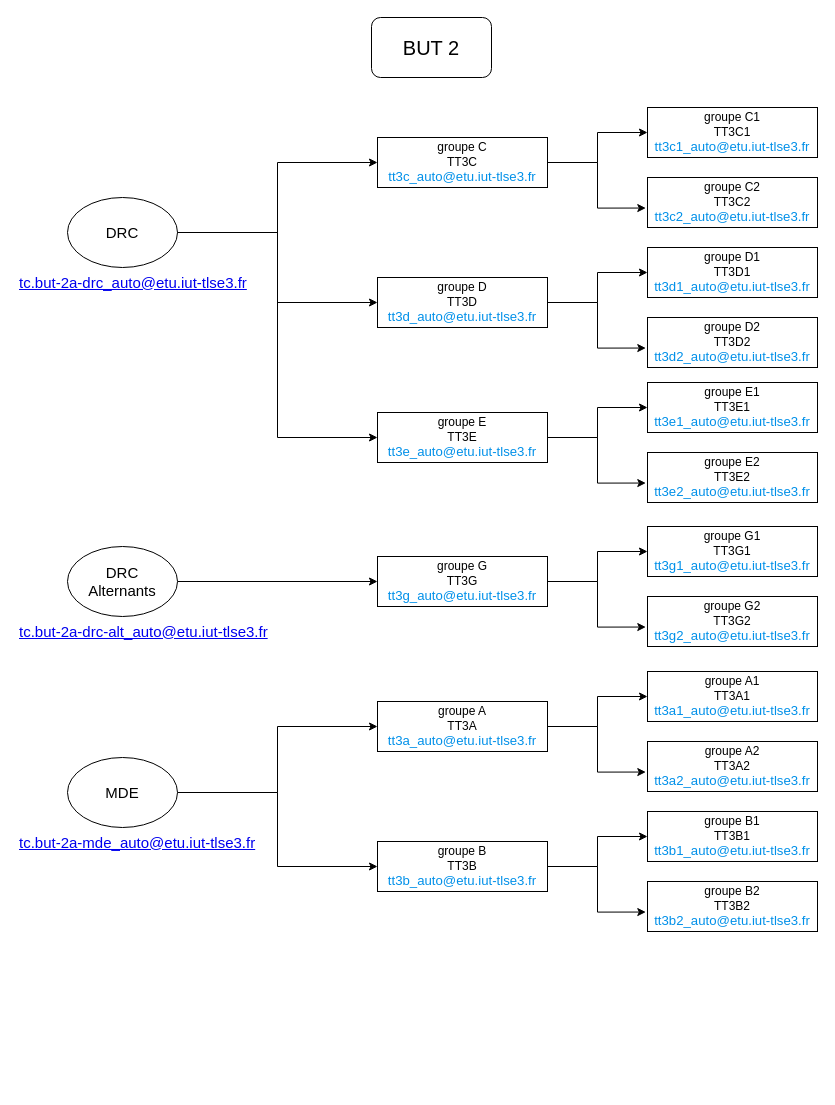
The draw.io diagram BUT2.drawio in gI7DUmmY/diagrams, before the edit. Source tidied: cells renumbered, new cells numbered last; positions are measured from the earlier drawing's top-left corner, leaving out a move shared by most shapes. Both pictures are drawn from the tidied source at 100%, with x=0, y=0 at pixel (17, 17).
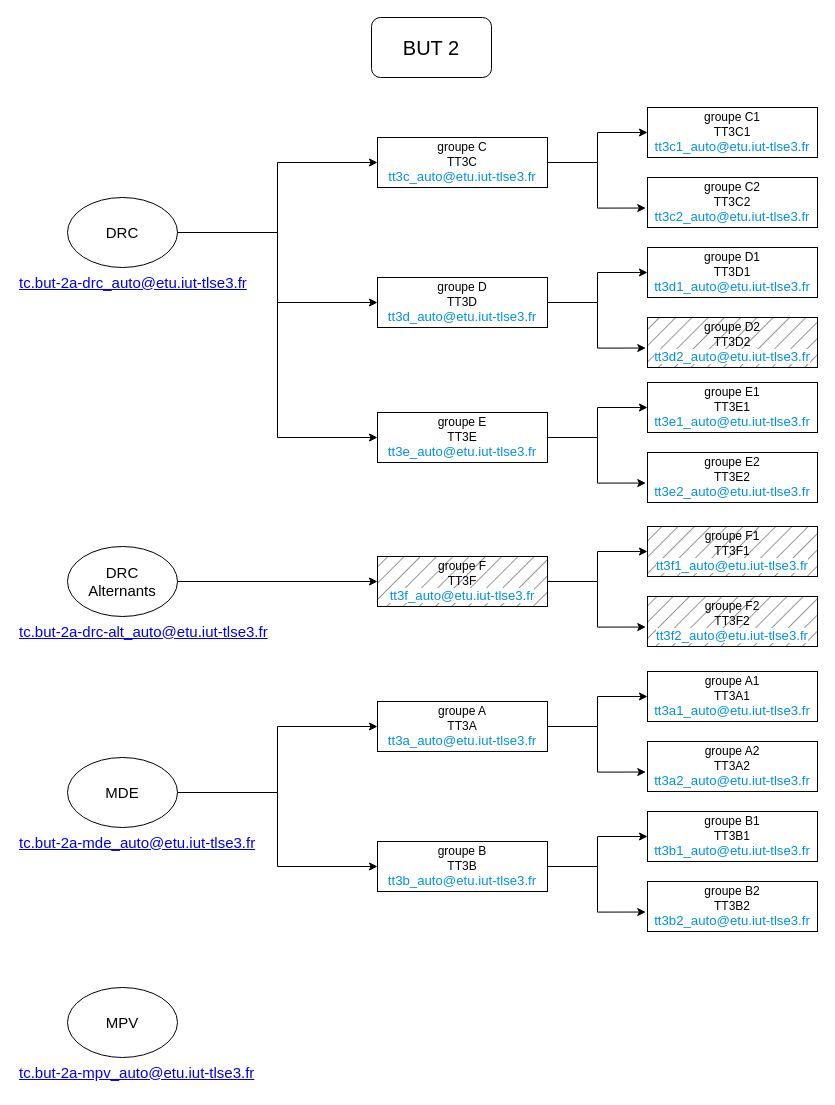
The same page after the edit.

Commit message:
Mettre à jour BUT2.drawio

The edit, as a diff of the source:
```diff
@@
-    <mxCell id="22" value="groupe D2&lt;br style=&quot;border-color: var(--border-color);&quot;&gt;TT3D2&lt;br style=&quot;border-color: var(--border-color);&quot;&gt;&lt;a style=&quot;box-sizing: inherit; font-family: Raleway, sans-serif; font-size: 1.1em; background-color: rgb(255, 255, 255); line-height: inherit; color: rgb(0, 144, 233); text-decoration-line: none; cursor: pointer; margin: 0px; padding: 0px; border: 0px; text-size-adjust: 100%; font-variant-numeric: inherit; font-variant-east-asian: inherit; font-variant-alternates: inherit; font-variant-position: inherit; font-stretch: inherit; font-optical-sizing: inherit; font-kerning: inherit; font-feature-settings: inherit; font-variation-settings: inherit; vertical-align: baseline; transition: background-color 300ms ease-out 0s; -webkit-tap-highlight-color: rgba(0, 0, 0, 0); text-align: left;&quot; href=&quot;mailto:tt3d2_auto@etu.iut-tlse3.fr&quot;&gt;tt3d2_auto@etu.iut-tlse3.fr&lt;/a&gt;" style="rounded=0;whiteSpace=wrap;html=1;" parent="1" vertex="1">
+    <mxCell id="22" value="groupe D2&lt;br style=&quot;border-color: var(--border-color);&quot;&gt;TT3D2&lt;br style=&quot;border-color: var(--border-color);&quot;&gt;&lt;a style=&quot;box-sizing: inherit; font-family: Raleway, sans-serif; font-size: 1.1em; background-color: rgb(255, 255, 255); line-height: inherit; color: rgb(0, 144, 233); text-decoration-line: none; cursor: pointer; margin: 0px; padding: 0px; border: 0px; text-size-adjust: 100%; font-variant-numeric: inherit; font-variant-east-asian: inherit; font-variant-alternates: inherit; font-variant-position: inherit; font-stretch: inherit; font-optical-sizing: inherit; font-kerning: inherit; font-feature-settings: inherit; font-variation-settings: inherit; vertical-align: baseline; transition: background-color 300ms ease-out 0s; -webkit-tap-highlight-color: rgba(0, 0, 0, 0); text-align: left;&quot; href=&quot;mailto:tt3d2_auto@etu.iut-tlse3.fr&quot;&gt;tt3d2_auto@etu.iut-tlse3.fr&lt;/a&gt;" style="rounded=0;whiteSpace=wrap;html=1;fillStyle=hatch;fillColor=#747474;" parent="1" vertex="1">
       <mxGeometry x="630" y="300" width="170" height="50" as="geometry" />
     </mxCell>
@@
-    <mxCell id="31" value="groupe G&lt;br style=&quot;border-color: var(--border-color);&quot;&gt;TT3G&lt;br style=&quot;border-color: var(--border-color);&quot;&gt;&lt;a style=&quot;border: 0px; box-sizing: inherit; font-family: Raleway, sans-serif; font-size: 1.1em; background-color: rgb(255, 255, 255); line-height: inherit; color: rgb(0, 144, 233); text-decoration-line: none; cursor: pointer; margin: 0px; padding: 0px; text-size-adjust: 100%; font-variant-numeric: inherit; font-variant-east-asian: inherit; font-variant-alternates: inherit; font-variant-position: inherit; font-stretch: inherit; font-optical-sizing: inherit; font-kerning: inherit; font-feature-settings: inherit; font-variation-settings: inherit; vertical-align: baseline; transition: background-color 300ms ease-out 0s; -webkit-tap-highlight-color: rgba(0, 0, 0, 0); text-align: left;&quot; href=&quot;mailto:tt3g_auto@etu.iut-tlse3.fr&quot;&gt;tt3g_auto@etu.iut-tlse3.fr&lt;/a&gt;" style="rounded=0;whiteSpace=wrap;html=1;" parent="1" vertex="1">
+    <mxCell id="31" value="groupe F&lt;br style=&quot;border-color: var(--border-color);&quot;&gt;TT3F&lt;div&gt;&lt;a href=&quot;mailto:tt3f_auto@etu.iut-tlse3.fr&quot; style=&quot;border: 0px; box-sizing: inherit; font-family: Raleway, sans-serif; font-size: 1.1em; background-color: rgb(255, 255, 255); line-height: inherit; color: rgb(0, 144, 233); text-decoration-line: none; cursor: pointer; margin: 0px; padding: 0px; text-size-adjust: 100%; font-variant-numeric: inherit; font-variant-east-asian: inherit; font-variant-alternates: inherit; font-variant-position: inherit; font-stretch: inherit; font-optical-sizing: inherit; font-kerning: inherit; font-feature-settings: inherit; font-variation-settings: inherit; vertical-align: baseline; transition: background-color 300ms ease-out; -webkit-tap-highlight-color: rgba(0, 0, 0, 0); text-align: left;&quot;&gt;tt3f_auto@etu.iut-tlse3.fr&lt;/a&gt;&lt;/div&gt;" style="rounded=0;whiteSpace=wrap;html=1;fillStyle=hatch;fillColor=#747474;" parent="1" vertex="1">
       <mxGeometry x="360" y="539" width="170" height="50" as="geometry" />
     </mxCell>
-    <mxCell id="32" value="groupe G1&lt;br style=&quot;border-color: var(--border-color);&quot;&gt;TT3G1&lt;br style=&quot;border-color: var(--border-color);&quot;&gt;&lt;a href=&quot;mailto:tt3g1_auto@etu.iut-tlse3.fr&quot; style=&quot;box-sizing: inherit; font-family: Raleway, sans-serif; font-size: 1.1em; background-color: rgb(255, 255, 255); line-height: inherit; color: rgb(0, 144, 233); text-decoration-line: none; cursor: pointer; margin: 0px; padding: 0px; border: 0px; text-size-adjust: 100%; font-variant-numeric: inherit; font-variant-east-asian: inherit; font-variant-alternates: inherit; font-variant-position: inherit; font-stretch: inherit; font-optical-sizing: inherit; font-kerning: inherit; font-feature-settings: inherit; font-variation-settings: inherit; vertical-align: baseline; transition: background-color 300ms ease-out 0s; -webkit-tap-highlight-color: rgba(0, 0, 0, 0); text-align: left;&quot;&gt;tt3g1_auto@etu.iut-tlse3.fr&lt;/a&gt;" style="rounded=0;whiteSpace=wrap;html=1;" parent="1" vertex="1">
+    <mxCell id="32" value="groupe F1&lt;br style=&quot;border-color: var(--border-color);&quot;&gt;TT3F1&lt;br style=&quot;border-color: var(--border-color);&quot;&gt;&lt;a style=&quot;box-sizing: inherit; font-family: Raleway, sans-serif; font-size: 1.1em; background-color: rgb(255, 255, 255); line-height: inherit; color: rgb(0, 144, 233); text-decoration-line: none; cursor: pointer; margin: 0px; padding: 0px; border: 0px; text-size-adjust: 100%; font-variant-numeric: inherit; font-variant-east-asian: inherit; font-variant-alternates: inherit; font-variant-position: inherit; font-stretch: inherit; font-optical-sizing: inherit; font-kerning: inherit; font-feature-settings: inherit; font-variation-settings: inherit; vertical-align: baseline; transition: background-color 300ms ease-out; -webkit-tap-highlight-color: rgba(0, 0, 0, 0); text-align: left;&quot; href=&quot;mailto:tt3f1_auto@etu.iut-tlse3.fr&quot;&gt;tt3f1_auto@etu.iut-tlse3.fr&lt;/a&gt;" style="rounded=0;whiteSpace=wrap;html=1;fillStyle=hatch;fillColor=#747474;" parent="1" vertex="1">
       <mxGeometry x="630" y="509" width="170" height="50" as="geometry" />
     </mxCell>
-    <mxCell id="33" value="groupe G2&lt;br style=&quot;border-color: var(--border-color);&quot;&gt;TT3G2&lt;br style=&quot;border-color: var(--border-color);&quot;&gt;&lt;a style=&quot;box-sizing: inherit; font-family: Raleway, sans-serif; font-size: 1.1em; background-color: rgb(255, 255, 255); line-height: inherit; color: rgb(0, 144, 233); text-decoration-line: none; cursor: pointer; margin: 0px; padding: 0px; border: 0px; text-size-adjust: 100%; font-variant-numeric: inherit; font-variant-east-asian: inherit; font-variant-alternates: inherit; font-variant-position: inherit; font-stretch: inherit; font-optical-sizing: inherit; font-kerning: inherit; font-feature-settings: inherit; font-variation-settings: inherit; vertical-align: baseline; transition: background-color 300ms ease-out 0s; -webkit-tap-highlight-color: rgba(0, 0, 0, 0); text-align: left;&quot; href=&quot;mailto:tt3g2_auto@etu.iut-tlse3.fr&quot;&gt;tt3g2_auto@etu.iut-tlse3.fr&lt;/a&gt;" style="rounded=0;whiteSpace=wrap;html=1;" parent="1" vertex="1">
+    <mxCell id="33" value="groupe F2&lt;br style=&quot;border-color: var(--border-color);&quot;&gt;TT3F2&lt;br style=&quot;border-color: var(--border-color);&quot;&gt;&lt;a href=&quot;mailto:tt3f2_auto@etu.iut-tlse3.fr&quot; style=&quot;box-sizing: inherit; font-family: Raleway, sans-serif; font-size: 1.1em; background-color: rgb(255, 255, 255); line-height: inherit; color: rgb(0, 144, 233); text-decoration-line: none; cursor: pointer; margin: 0px; padding: 0px; border: 0px; text-size-adjust: 100%; font-variant-numeric: inherit; font-variant-east-asian: inherit; font-variant-alternates: inherit; font-variant-position: inherit; font-stretch: inherit; font-optical-sizing: inherit; font-kerning: inherit; font-feature-settings: inherit; font-variation-settings: inherit; vertical-align: baseline; transition: background-color 300ms ease-out; -webkit-tap-highlight-color: rgba(0, 0, 0, 0); text-align: left;&quot;&gt;tt3f2_auto@etu.iut-tlse3.fr&lt;/a&gt;" style="rounded=0;whiteSpace=wrap;html=1;fillStyle=hatch;fillColor=#747474;" parent="1" vertex="1">
       <mxGeometry x="630" y="579" width="170" height="50" as="geometry" />
     </mxCell>
@@
+    <mxCell id="45" value="MPV" style="ellipse;whiteSpace=wrap;html=1;fontSize=15;" parent="1" vertex="1">
+      <mxGeometry x="50" y="970" width="110" height="70" as="geometry" />
+    </mxCell>
+    <mxCell id="46" value="&lt;a href=&quot;mailto:tc.but-2a-mpv_auto@etu.iut-tlse3.fr&quot;&gt;tc.but-2a-mpv_auto@etu.iut-tlse3.fr&lt;/a&gt;" style="text;html=1;strokeColor=none;fillColor=none;align=left;verticalAlign=middle;whiteSpace=wrap;rounded=0;fontSize=15;fontColor=#055AB2;" parent="1" vertex="1">
+      <mxGeometry y="1040" width="260" height="30" as="geometry" />
+    </mxCell>
```
